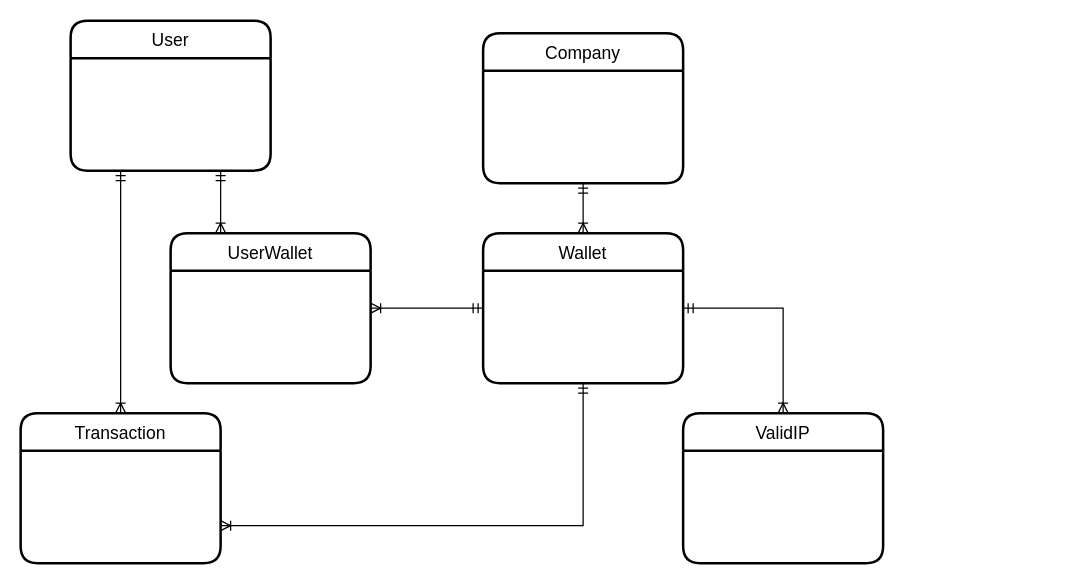
Dariush-Tasdighi/Wallet keeps this draw.io diagram as Dtat.Wallet.Abstractions/Documents/Wallet.drawio. Above is the earlier version. Source tidied: cells renumbered, new cells numbered last; positions are measured from the earlier drawing's top-left corner, leaving out a move shared by most shapes. Both pictures are drawn from the tidied source at 125%, with x=0, y=0 at pixel (20, 20).
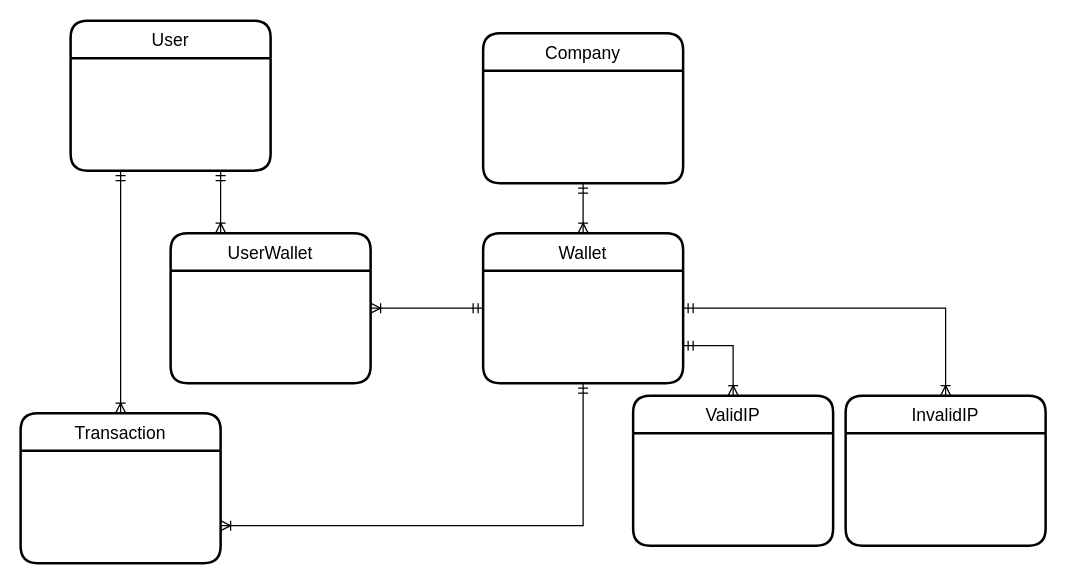
Above is the later version.

What changed in the source:
```diff
@@
 <mxGraphModel>
   <root>
     <mxCell id="0" />
     <mxCell id="1" parent="0" />
     <mxCell id="2" value="User" style="swimlane;horizontal=1;startSize=30;rounded=1;fontSize=14;fontStyle=0;strokeWidth=2;shadow=0;dashed=0;align=center;" parent="1" vertex="1">
       <mxGeometry x="40" width="160" height="120" as="geometry" />
     </mxCell>
     <mxCell id="3" value="Company" style="swimlane;horizontal=1;startSize=30;rounded=1;fontSize=14;fontStyle=0;strokeWidth=2;shadow=0;dashed=0;align=center;" parent="1" vertex="1">
       <mxGeometry x="370" y="10" width="160" height="120" as="geometry" />
     </mxCell>
     <mxCell id="4" value="Wallet" style="swimlane;horizontal=1;startSize=30;rounded=1;fontSize=14;fontStyle=0;strokeWidth=2;shadow=0;dashed=0;align=center;" parent="1" vertex="1">
       <mxGeometry x="370" y="170" width="160" height="120" as="geometry" />
     </mxCell>
     <mxCell id="5" style="fontSize=12;html=1;endArrow=ERoneToMany;startArrow=ERmandOne;rounded=0;entryX=0.5;entryY=0;entryDx=0;entryDy=0;exitX=0.5;exitY=1;exitDx=0;exitDy=0;" parent="1" edge="1" source="3" target="4">
       <mxGeometry relative="1" as="geometry" />
     </mxCell>
     <mxCell id="6" value="UserWallet" style="swimlane;horizontal=1;startSize=30;rounded=1;fontSize=14;fontStyle=0;strokeWidth=2;shadow=0;dashed=0;align=center;" parent="1" vertex="1">
       <mxGeometry x="120" y="170" width="160" height="120" as="geometry" />
     </mxCell>
     <mxCell id="7" style="edgeStyle=orthogonalEdgeStyle;fontSize=12;html=1;endArrow=ERoneToMany;startArrow=ERmandOne;rounded=0;entryX=1;entryY=0.5;entryDx=0;entryDy=0;exitX=0;exitY=0.5;exitDx=0;exitDy=0;" parent="1" edge="1" source="4" target="6">
       <mxGeometry relative="1" as="geometry" />
     </mxCell>
     <mxCell id="8" style="fontSize=12;html=1;endArrow=ERoneToMany;startArrow=ERmandOne;rounded=0;exitX=0.75;exitY=1;exitDx=0;exitDy=0;entryX=0.25;entryY=0;entryDx=0;entryDy=0;" parent="1" edge="1" source="2" target="6">
       <mxGeometry relative="1" as="geometry" />
     </mxCell>
     <mxCell id="9" value="Transaction" style="swimlane;horizontal=1;startSize=30;rounded=1;fontSize=14;fontStyle=0;strokeWidth=2;shadow=0;dashed=0;align=center;" parent="1" vertex="1">
       <mxGeometry y="314" width="160" height="120" as="geometry" />
     </mxCell>
     <mxCell id="10" style="edgeStyle=orthogonalEdgeStyle;fontSize=12;html=1;endArrow=ERoneToMany;startArrow=ERmandOne;rounded=0;entryX=1;entryY=0.75;entryDx=0;entryDy=0;exitX=0.5;exitY=1;exitDx=0;exitDy=0;" parent="1" edge="1" source="4" target="9">
       <mxGeometry relative="1" as="geometry" />
     </mxCell>
     <mxCell id="11" style="fontSize=12;html=1;endArrow=ERoneToMany;startArrow=ERmandOne;rounded=0;entryX=0.5;entryY=0;entryDx=0;entryDy=0;exitX=0.25;exitY=1;exitDx=0;exitDy=0;" parent="1" edge="1" source="2" target="9">
       <mxGeometry relative="1" as="geometry" />
     </mxCell>
     <mxCell id="12" value="ValidIP" style="swimlane;horizontal=1;startSize=30;rounded=1;fontSize=14;fontStyle=0;strokeWidth=2;shadow=0;dashed=0;align=center;" parent="1" vertex="1">
-      <mxGeometry x="530" y="314" width="160" height="120" as="geometry" />
+      <mxGeometry x="490" y="300" width="160" height="120" as="geometry" />
     </mxCell>
-    <mxCell id="13" style="edgeStyle=orthogonalEdgeStyle;fontSize=12;html=1;endArrow=ERoneToMany;startArrow=ERmandOne;rounded=0;entryX=0.5;entryY=0;entryDx=0;entryDy=0;exitX=1;exitY=0.5;exitDx=0;exitDy=0;" parent="1" edge="1" source="4" target="12">
+    <mxCell id="13" style="edgeStyle=orthogonalEdgeStyle;fontSize=12;html=1;endArrow=ERoneToMany;startArrow=ERmandOne;rounded=0;entryX=0.5;entryY=0;entryDx=0;entryDy=0;exitX=1;exitY=0.75;exitDx=0;exitDy=0;" parent="1" edge="1" source="4" target="12">
       <mxGeometry relative="1" as="geometry" />
     </mxCell>
+    <mxCell id="14" value="InvalidIP" style="swimlane;horizontal=1;startSize=30;rounded=1;fontSize=14;fontStyle=0;strokeWidth=2;shadow=0;dashed=0;align=center;" parent="1" vertex="1">
+      <mxGeometry x="660" y="300" width="160" height="120" as="geometry" />
+    </mxCell>
+    <mxCell id="15" style="edgeStyle=orthogonalEdgeStyle;fontSize=12;html=1;endArrow=ERoneToMany;startArrow=ERmandOne;rounded=0;entryX=0.5;entryY=0;entryDx=0;entryDy=0;exitX=1;exitY=0.5;exitDx=0;exitDy=0;" parent="1" edge="1" source="4" target="14">
+      <mxGeometry relative="1" as="geometry" />
+    </mxCell>
   </root>
 </mxGraphModel>
```
